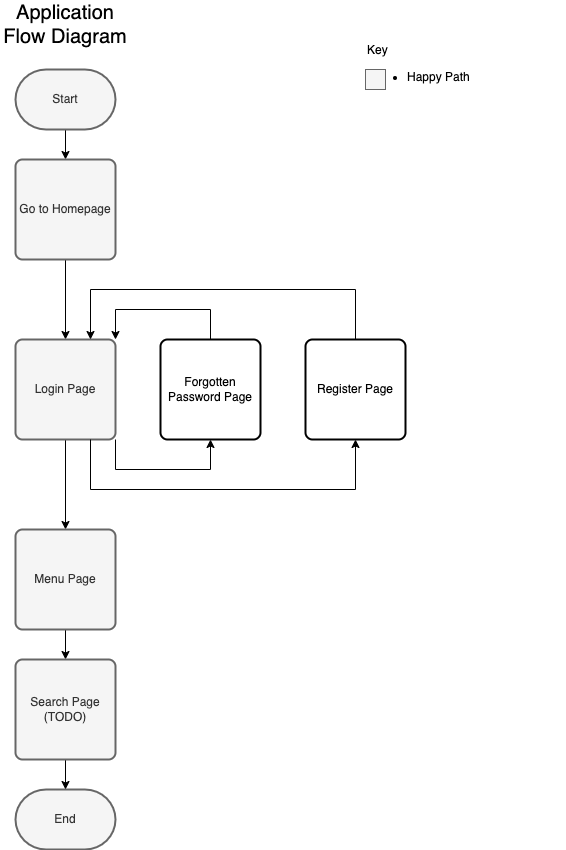
This is documentation/diagrams/DoS-Comparison-Tool-Flow-Diagram.drawio.png from nhsd-exeter/dos-comparison-tool, a draw.io export, as it was before one commit. Source tidied: cells renumbered, new cells last; positions are measured from the earlier drawing's top-left corner, leaving out a move shared by most shapes.
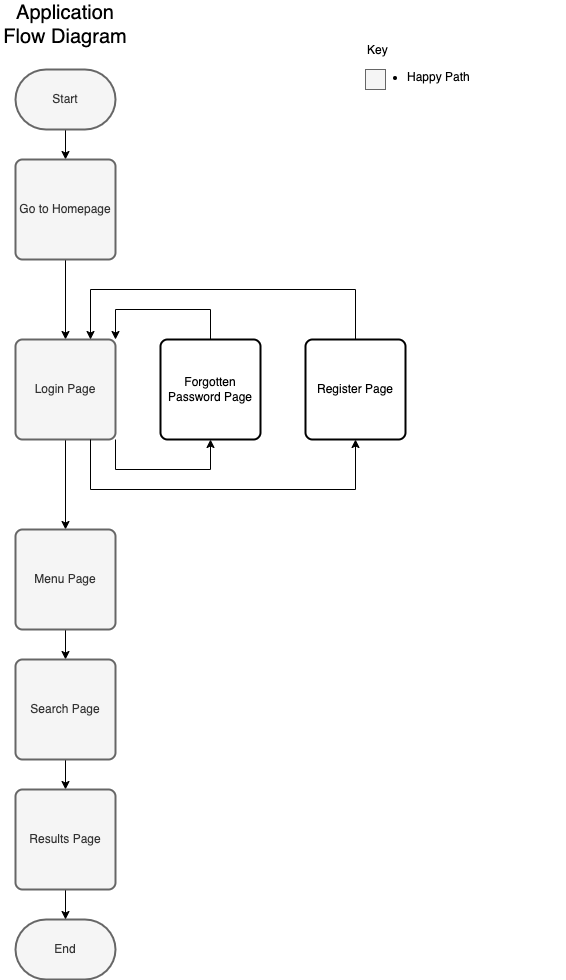
Later version of the same file.

What changed in the source:
```diff
@@ -9,7 +9,7 @@
       <mxGeometry x="15" y="60" width="100" height="60" as="geometry" />
     </mxCell>
     <mxCell id="4" value="End" style="strokeWidth=2;html=1;shape=mxgraph.flowchart.terminator;whiteSpace=wrap;fillColor=#f5f5f5;fontColor=#333333;strokeColor=#666666;" parent="1" vertex="1">
-      <mxGeometry x="15" y="780" width="100" height="60" as="geometry" />
+      <mxGeometry x="15" y="910" width="100" height="60" as="geometry" />
     </mxCell>
     <mxCell id="5" value="Application Flow Diagram" style="text;html=1;strokeColor=none;fillColor=none;align=center;verticalAlign=middle;whiteSpace=wrap;rounded=0;fontSize=20;" parent="1" vertex="1">
       <mxGeometry width="130" height="30" as="geometry" />
@@ -40,10 +40,13 @@
     <mxCell id="12" value="Menu Page" style="rounded=1;whiteSpace=wrap;html=1;absoluteArcSize=1;arcSize=14;strokeWidth=2;fontSize=12;fillColor=#f5f5f5;fontColor=#333333;strokeColor=#666666;" parent="1" vertex="1">
       <mxGeometry x="15" y="520" width="100" height="100" as="geometry" />
     </mxCell>
-    <mxCell id="13" style="edgeStyle=none;html=1;fontSize=12;" parent="1" edge="1" source="14" target="4">
+    <mxCell id="13" style="edgeStyle=none;html=1;fontSize=12;exitX=0.5;exitY=1;exitDx=0;exitDy=0;" parent="1" edge="1" source="23" target="4">
       <mxGeometry relative="1" as="geometry" />
     </mxCell>
+    <mxCell id="22" style="edgeStyle=none;html=1;" parent="1" edge="1" source="14" target="23">
+      <mxGeometry relative="1" as="geometry" />
+    </mxCell>
-    <mxCell id="14" value="Search Page&lt;br&gt;(TODO)" style="rounded=1;whiteSpace=wrap;html=1;absoluteArcSize=1;arcSize=14;strokeWidth=2;fontSize=12;fillColor=#f5f5f5;fontColor=#333333;strokeColor=#666666;" parent="1" vertex="1">
+    <mxCell id="14" value="Search Page&lt;br&gt;" style="rounded=1;whiteSpace=wrap;html=1;absoluteArcSize=1;arcSize=14;strokeWidth=2;fontSize=12;fillColor=#f5f5f5;fontColor=#333333;strokeColor=#666666;" parent="1" vertex="1">
       <mxGeometry x="15" y="650" width="100" height="100" as="geometry" />
     </mxCell>
     <mxCell id="15" style="edgeStyle=orthogonalEdgeStyle;rounded=0;html=1;entryX=1;entryY=0;entryDx=0;entryDy=0;exitX=0.5;exitY=0;exitDx=0;exitDy=0;" parent="1" edge="1" source="16" target="10">
@@ -82,5 +85,8 @@
     <mxCell id="21" style="rounded=0;whiteSpace=wrap;html=1;fillColor=#f5f5f5;fontColor=#333333;strokeColor=#666666;" parent="1" vertex="1">
       <mxGeometry x="365" y="60" width="20" height="20" as="geometry" />
     </mxCell>
+    <mxCell id="23" value="Results Page" style="rounded=1;whiteSpace=wrap;html=1;absoluteArcSize=1;arcSize=14;strokeWidth=2;fontSize=12;fillColor=#f5f5f5;fontColor=#333333;strokeColor=#666666;" parent="1" vertex="1">
+      <mxGeometry x="15" y="780" width="100" height="100" as="geometry" />
+    </mxCell>
   </root>
 </mxGraphModel>
```
